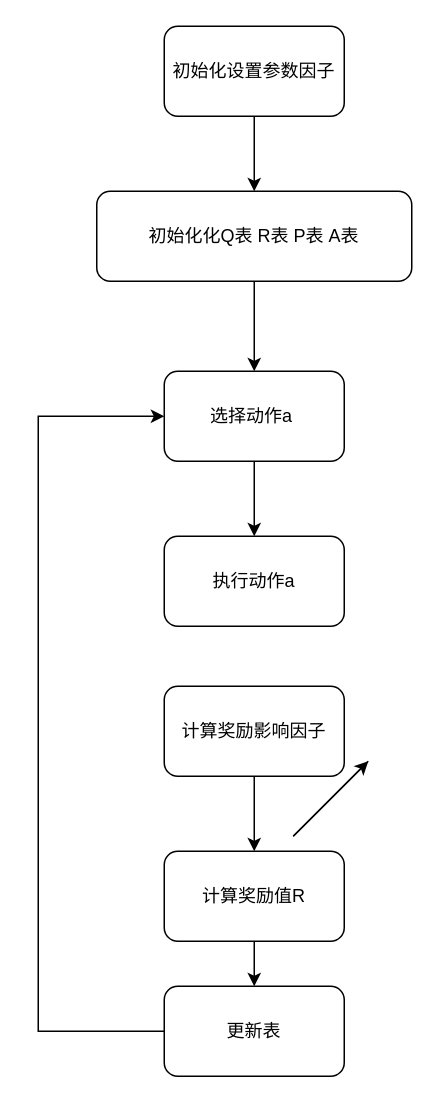
The draw.io diagram Untitled Diagram.drawio in 2263464120/2263464120, before the edit. Source tidied: cells renumbered, new cells numbered last; positions are measured from the earlier drawing's top-left corner, leaving out a move shared by most shapes. Both pictures are drawn from the tidied source at 150%, with x=0, y=0 at pixel (38, 26).
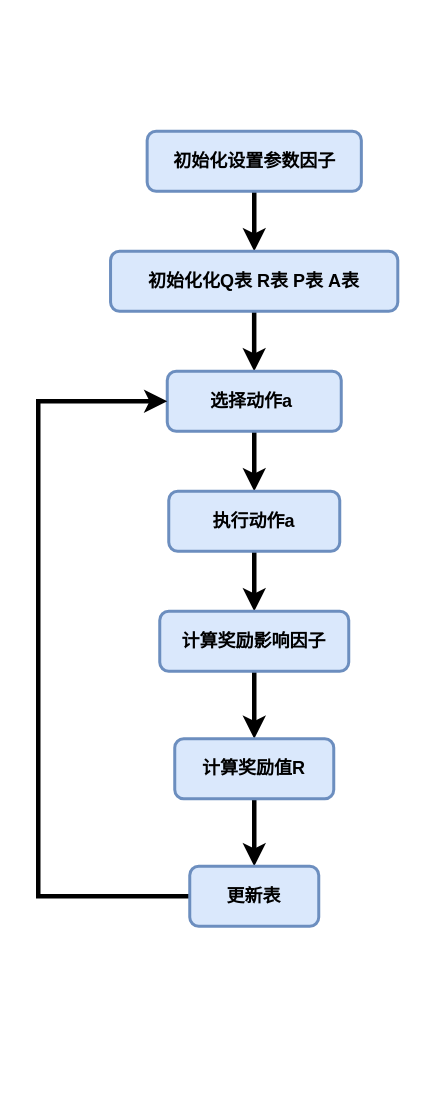
The same page after the edit.

Diff of the diagram source:
```diff
@@
-    <mxCell id="2" style="edgeStyle=orthogonalEdgeStyle;rounded=0;jettySize=auto;html=1;exitX=0.5;exitY=1;exitDx=0;exitDy=0;" parent="1" edge="1" source="3" target="5">
+    <mxCell id="2" style="edgeStyle=orthogonalEdgeStyle;rounded=0;jettySize=auto;html=1;exitX=0.5;exitY=1;exitDx=0;exitDy=0;strokeWidth=3;" parent="1" edge="1" source="3" target="5">
       <mxGeometry relative="1" as="geometry" />
     </mxCell>
-    <mxCell id="3" value="初始化设置参数因子" style="rounded=1;whiteSpace=wrap;html=1;" parent="1" vertex="1">
-      <mxGeometry x="84" width="120" height="60" as="geometry" />
+    <mxCell id="3" value="&lt;b&gt;初始化设置参数因子&lt;/b&gt;" style="rounded=1;whiteSpace=wrap;html=1;fillColor=#dae8fc;strokeColor=#6c8ebf;strokeWidth=2;" parent="1" vertex="1">
+      <mxGeometry x="72.6" y="70" width="142.8" height="40" as="geometry" />
     </mxCell>
-    <mxCell id="4" style="edgeStyle=orthogonalEdgeStyle;rounded=0;jettySize=auto;html=1;exitX=0.5;exitY=1;exitDx=0;exitDy=0;" parent="1" edge="1" source="5" target="7">
+    <mxCell id="4" style="edgeStyle=orthogonalEdgeStyle;rounded=0;jettySize=auto;html=1;exitX=0.5;exitY=1;exitDx=0;exitDy=0;strokeWidth=3;" parent="1" edge="1" source="5" target="7">
       <mxGeometry relative="1" as="geometry" />
     </mxCell>
-    <mxCell id="5" value="初始化化Q表 R表 P表 A表" style="rounded=1;whiteSpace=wrap;html=1;" parent="1" vertex="1">
-      <mxGeometry x="39" y="110" width="210" height="60" as="geometry" />
+    <mxCell id="5" value="&lt;b&gt;初始化化Q表 R表 P表 A表&lt;/b&gt;" style="rounded=1;whiteSpace=wrap;html=1;fillColor=#dae8fc;strokeColor=#6c8ebf;strokeWidth=2;" parent="1" vertex="1">
+      <mxGeometry x="48.2" y="150" width="191.5" height="40" as="geometry" />
     </mxCell>
-    <mxCell id="6" style="edgeStyle=orthogonalEdgeStyle;rounded=0;jettySize=auto;html=1;exitX=0.5;exitY=1;exitDx=0;exitDy=0;entryX=0.5;entryY=0;entryDx=0;entryDy=0;" parent="1" edge="1" source="7" target="8">
+    <mxCell id="6" style="edgeStyle=orthogonalEdgeStyle;rounded=0;jettySize=auto;html=1;exitX=0.5;exitY=1;exitDx=0;exitDy=0;entryX=0.5;entryY=0;entryDx=0;entryDy=0;strokeWidth=3;" parent="1" edge="1" source="7" target="8">
       <mxGeometry relative="1" as="geometry" />
     </mxCell>
-    <mxCell id="7" value="选择动作a&amp;nbsp;" style="rounded=1;whiteSpace=wrap;html=1;" parent="1" vertex="1">
-      <mxGeometry x="84" y="230" width="120" height="60" as="geometry" />
+    <mxCell id="7" value="&lt;b&gt;选择动作a&amp;nbsp;&lt;/b&gt;" style="rounded=1;whiteSpace=wrap;html=1;fillColor=#dae8fc;strokeColor=#6c8ebf;strokeWidth=2;" parent="1" vertex="1">
+      <mxGeometry x="86" y="230" width="116" height="40" as="geometry" />
     </mxCell>
+    <mxCell id="17" style="edgeStyle=orthogonalEdgeStyle;rounded=0;jettySize=auto;html=1;exitX=0.5;exitY=1;exitDx=0;exitDy=0;entryX=0.5;entryY=0;entryDx=0;entryDy=0;strokeWidth=3;" parent="1" edge="1" source="8" target="10">
+      <mxGeometry relative="1" as="geometry" />
+    </mxCell>
-    <mxCell id="8" value="执行动作a" style="rounded=1;whiteSpace=wrap;html=1;" parent="1" vertex="1">
-      <mxGeometry x="84" y="340" width="120" height="60" as="geometry" />
+    <mxCell id="8" value="&lt;b&gt;执行动作a&lt;/b&gt;" style="rounded=1;whiteSpace=wrap;html=1;fillColor=#dae8fc;strokeColor=#6c8ebf;strokeWidth=2;" parent="1" vertex="1">
+      <mxGeometry x="87" y="310" width="114" height="40" as="geometry" />
     </mxCell>
-    <mxCell id="9" style="edgeStyle=orthogonalEdgeStyle;rounded=0;jettySize=auto;html=1;exitX=0.5;exitY=1;exitDx=0;exitDy=0;" parent="1" edge="1" source="10" target="12">
+    <mxCell id="9" style="edgeStyle=orthogonalEdgeStyle;rounded=0;jettySize=auto;html=1;exitX=0.5;exitY=1;exitDx=0;exitDy=0;strokeWidth=3;" parent="1" edge="1" source="10" target="12">
       <mxGeometry relative="1" as="geometry" />
     </mxCell>
-    <mxCell id="10" value="计算奖励影响因子" style="rounded=1;whiteSpace=wrap;html=1;" parent="1" vertex="1">
-      <mxGeometry x="84" y="440" width="120" height="60" as="geometry" />
+    <mxCell id="10" value="&lt;b&gt;计算奖励影响因子&lt;/b&gt;" style="rounded=1;whiteSpace=wrap;html=1;fillColor=#dae8fc;strokeColor=#6c8ebf;strokeWidth=2;" parent="1" vertex="1">
+      <mxGeometry x="81" y="390" width="126" height="40" as="geometry" />
     </mxCell>
-    <mxCell id="11" style="edgeStyle=orthogonalEdgeStyle;rounded=0;jettySize=auto;html=1;exitX=0.5;exitY=1;exitDx=0;exitDy=0;" parent="1" edge="1" source="12" target="14">
+    <mxCell id="11" style="edgeStyle=orthogonalEdgeStyle;rounded=0;jettySize=auto;html=1;exitX=0.5;exitY=1;exitDx=0;exitDy=0;strokeWidth=3;" parent="1" edge="1" source="12" target="14">
       <mxGeometry relative="1" as="geometry" />
     </mxCell>
-    <mxCell id="12" value="计算奖励值R" style="rounded=1;whiteSpace=wrap;html=1;" parent="1" vertex="1">
-      <mxGeometry x="84" y="550" width="120" height="60" as="geometry" />
+    <mxCell id="12" value="&lt;b&gt;计算奖励值R&lt;/b&gt;" style="rounded=1;whiteSpace=wrap;html=1;fillColor=#dae8fc;strokeColor=#6c8ebf;strokeWidth=2;" parent="1" vertex="1">
+      <mxGeometry x="91" y="475" width="106" height="40" as="geometry" />
     </mxCell>
-    <mxCell id="13" style="edgeStyle=orthogonalEdgeStyle;rounded=0;jettySize=auto;html=1;exitX=0;exitY=0.5;exitDx=0;exitDy=0;entryX=0;entryY=0.5;entryDx=0;entryDy=0;" parent="1" edge="1" source="14" target="7">
+    <mxCell id="13" style="edgeStyle=orthogonalEdgeStyle;rounded=0;jettySize=auto;html=1;exitX=0;exitY=0.5;exitDx=0;exitDy=0;entryX=0;entryY=0.5;entryDx=0;entryDy=0;strokeWidth=3;" parent="1" edge="1" source="14" target="7">
       <mxGeometry relative="1" as="geometry">
         <Array as="points">
-          <mxPoint y="670" />
-          <mxPoint y="260" />
+          <mxPoint y="580" />
+          <mxPoint y="250" />
         </Array>
       </mxGeometry>
     </mxCell>
-    <mxCell id="14" value="更新表" style="rounded=1;whiteSpace=wrap;html=1;" parent="1" vertex="1">
-      <mxGeometry x="84" y="640" width="120" height="60" as="geometry" />
+    <mxCell id="14" value="&lt;b&gt;更新表&lt;/b&gt;" style="rounded=1;whiteSpace=wrap;html=1;fillColor=#dae8fc;strokeColor=#6c8ebf;strokeWidth=2;" parent="1" vertex="1">
+      <mxGeometry x="101" y="560" width="86" height="40" as="geometry" />
     </mxCell>
-    <mxCell id="15" style="endArrow=none;html=1;rounded=0;" parent="1" edge="1">
-      <mxGeometry relative="1" as="geometry">
-        <mxPoint x="170" y="540" as="sourcePoint" />
-        <mxPoint x="220" y="490" as="targetPoint" />
-      </mxGeometry>
-    </mxCell>
-    <mxCell id="16" style="endArrow=classic;html=1;rounded=0;" parent="1" edge="1">
-      <mxGeometry relative="1" as="geometry">
-        <mxPoint x="170" y="540" as="sourcePoint" />
-        <mxPoint x="220" y="490" as="targetPoint" />
-      </mxGeometry>
-    </mxCell>
```
